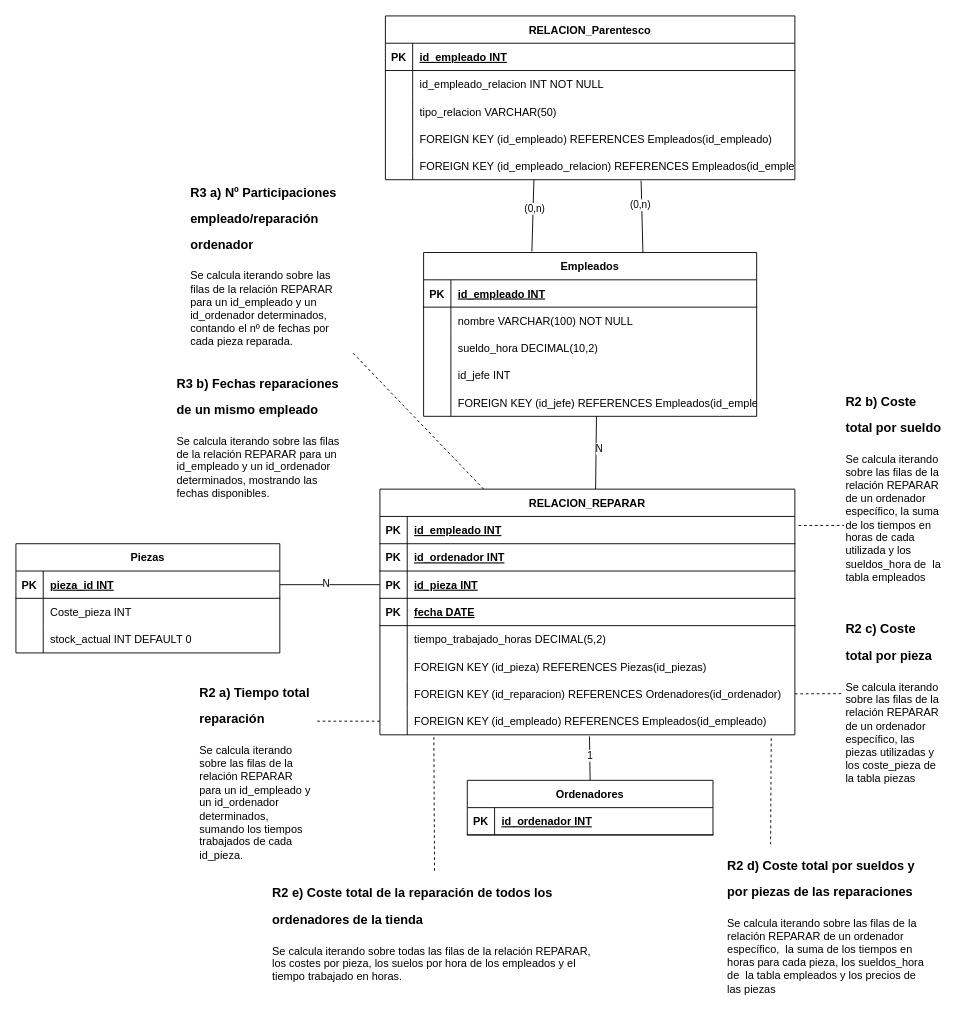
Before: IngenieríaDeSoftware/P2-A3/Modelado R3.drawio in aloantony/TrabajosEnGrupoGII-DalilaTony, a draw.io diagram. Source tidied: cells renumbered, new cells numbered last; positions are measured from the earlier drawing's top-left corner, leaving out a move shared by most shapes. Both pictures are drawn from the tidied source at 91%, with x=0, y=0 at pixel (15, 15).
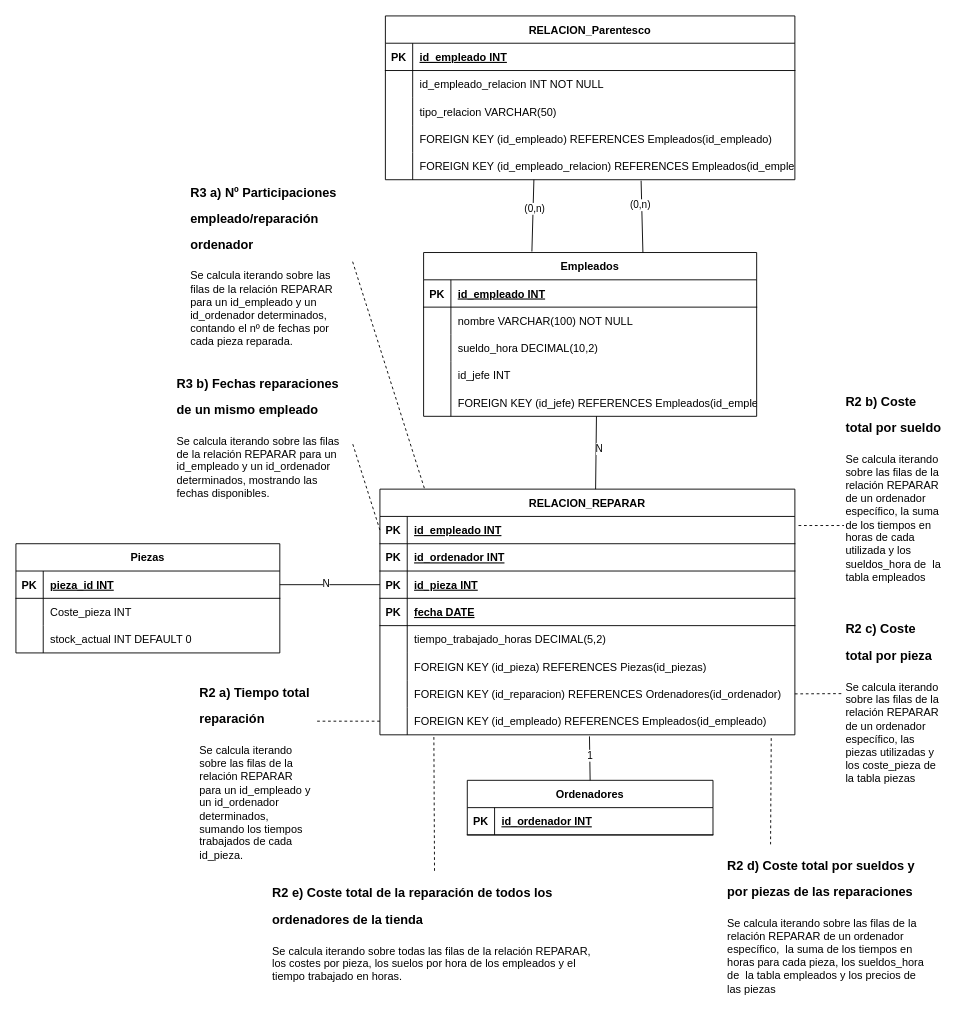
The same diagram, later.

Unchanged cells that the change refers to:
```xml
<mxCell id="38" value="RELACION_REPARAR" style="shape=table;startSize=30;childLayout=tableLayout;rowLines=0;fontStyle=1;align=center;" parent="1" vertex="1">
  <mxGeometry x="400" y="520" width="456" height="270" as="geometry" />
</mxCell>
<mxCell id="39" style="shape=tableRow;horizontal=0;startSize=0;swimlaneHead=0;swimlaneBody=0;fillColor=none;points=[[0,0.5],[1,0.5]];portConstraint=eastwest;strokeColor=inherit;top=0;left=0;right=0;bottom=1;" parent="38" vertex="1">
  <mxGeometry y="30" width="456" height="30" as="geometry" />
</mxCell>
<mxCell id="93" value="&lt;h1 style=&quot;margin-top: 0px;&quot;&gt;&lt;font style=&quot;font-size: 14px;&quot;&gt;R3 a) Nº Participaciones empleado/reparación ordenador&lt;/font&gt;&lt;br&gt;&lt;/h1&gt;&lt;p&gt;Se calcula iterando sobre las filas de la relación REPARAR para un id_empleado y un id_ordenador determinados, contando el nº de fechas por cada pieza reparada.&lt;br&gt;&lt;/p&gt;" style="text;html=1;whiteSpace=wrap;overflow=hidden;rounded=0;" parent="1" vertex="1">
  <mxGeometry x="190" y="170" width="180" height="200" as="geometry" />
</mxCell>
<mxCell id="95" value="&lt;h1 style=&quot;margin-top: 0px;&quot;&gt;&lt;font style=&quot;font-size: 14px;&quot;&gt;R3 b) Fechas reparaciones de un mismo empleado&lt;/font&gt;&lt;br&gt;&lt;/h1&gt;&lt;p&gt;Se calcula iterando sobre las filas de la relación REPARAR para un id_empleado y un id_ordenador determinados, mostrando las fechas disponibles.&lt;br&gt;&lt;/p&gt;" style="text;html=1;whiteSpace=wrap;overflow=hidden;rounded=0;" parent="1" vertex="1">
  <mxGeometry x="175" y="380" width="195" height="180" as="geometry" />
</mxCell>
```

What changed in the source:
```diff
@@
-    <mxCell id="94" style="endArrow=none;dashed=1;html=1;rounded=0;entryX=1;entryY=1;entryDx=0;entryDy=0;exitX=0.25;exitY=0;exitDx=0;exitDy=0;" parent="1" edge="1" source="38" target="93">
+    <mxCell id="94" style="endArrow=none;dashed=1;html=1;rounded=0;entryX=1;entryY=0.5;entryDx=0;entryDy=0;exitX=0.107;exitY=-0.004;exitDx=0;exitDy=0;exitPerimeter=0;" parent="1" edge="1" source="38" target="93">
       <mxGeometry relative="1" as="geometry" />
     </mxCell>
@@
+    <mxCell id="96" style="endArrow=none;dashed=1;html=1;rounded=0;entryX=1;entryY=0.5;entryDx=0;entryDy=0;exitX=0;exitY=0.5;exitDx=0;exitDy=0;" parent="1" edge="1" source="39" target="95">
+      <mxGeometry relative="1" as="geometry" />
+    </mxCell>
```
